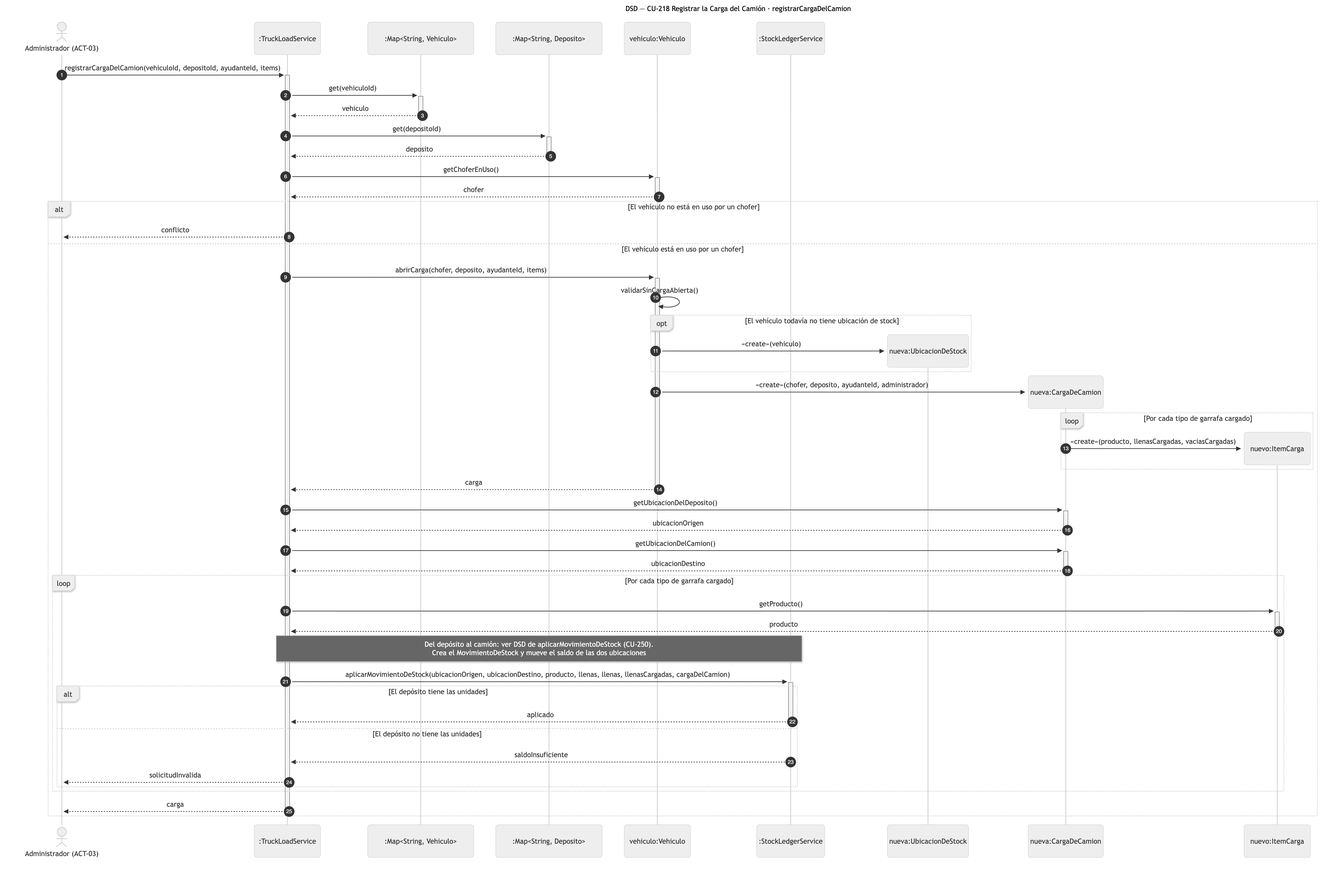
This is diagramas/png/DSD_CU-218_registrarCargaDelCamion.png from Nahuelito-Dev/splg-docs, a Mermaid export, as it was before one commit. Its source is kept beside it as diagramas/DSD_CU-218_registrarCargaDelCamion.mmd.
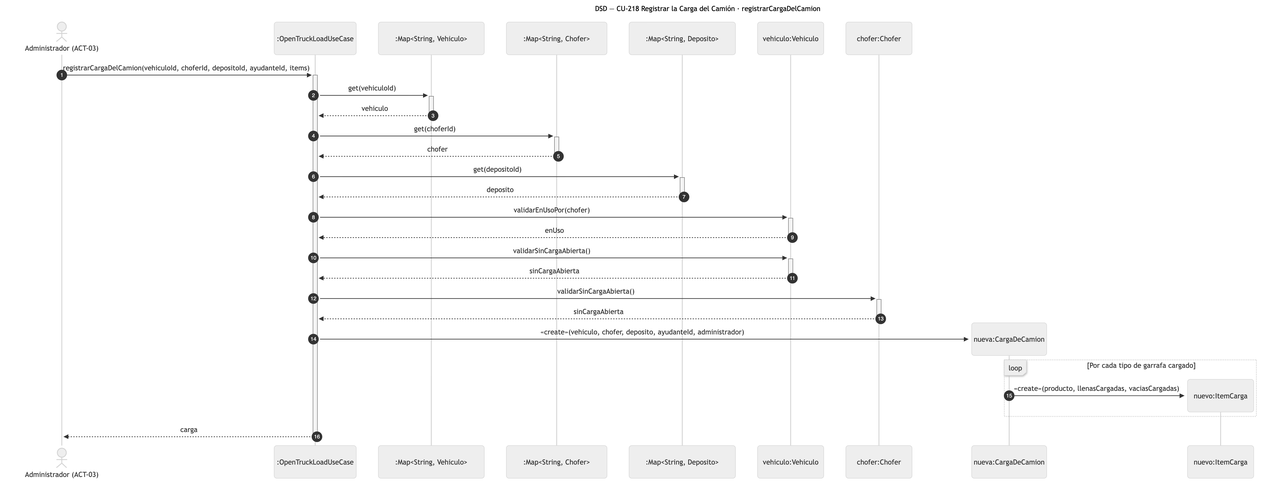
The same file after the commit.

The edit, as a diff of the source:
```diff
@@ -2,51 +2,30 @@
     title DSD — CU-218 Registrar la Carga del Camión · registrarCargaDelCamion
     autonumber
     actor ADM as Administrador (ACT-03)
-    participant SRV as :TruckLoadService
+    participant SRV as :OpenTruckLoadUseCase
     participant COLV as :Map#lt;String, Vehiculo#gt;
+    participant COLC as :Map#lt;String, Chofer#gt;
     participant COLD as :Map#lt;String, Deposito#gt;
     participant VEH as vehiculo:Vehiculo
-    participant LED as :StockLedgerService
+    participant CHO as chofer:Chofer
 
-    ADM->>+SRV: registrarCargaDelCamion(vehiculoId, depositoId, ayudanteId, items)
+    ADM->>+SRV: registrarCargaDelCamion(vehiculoId, choferId, depositoId, ayudanteId, items)
     SRV->>+COLV: get(vehiculoId)
     COLV-->>-SRV: vehiculo
+    SRV->>+COLC: get(choferId)
+    COLC-->>-SRV: chofer
     SRV->>+COLD: get(depositoId)
     COLD-->>-SRV: deposito
-    SRV->>+VEH: getChoferEnUso()
-    VEH-->>-SRV: chofer
-    alt El vehículo no está en uso por un chofer
-        SRV-->>ADM: conflicto
-    else El vehículo está en uso por un chofer
-        SRV->>+VEH: abrirCarga(chofer, deposito, ayudanteId, items)
-        VEH->>VEH: validarSinCargaAbierta()
-        opt El vehículo todavía no tiene ubicación de stock
-            create participant UBC as nueva:UbicacionDeStock
-            VEH->>UBC: «create»(vehiculo)
-        end
-        create participant CAR as nueva:CargaDeCamion
-        VEH->>CAR: «create»(chofer, deposito, ayudanteId, administrador)
-        loop Por cada tipo de garrafa cargado
-            create participant ICA as nuevo:ItemCarga
-            CAR->>ICA: «create»(producto, llenasCargadas, vaciasCargadas)
-        end
-        VEH-->>-SRV: carga
-        SRV->>+CAR: getUbicacionDelDeposito()
-        CAR-->>-SRV: ubicacionOrigen
-        SRV->>+CAR: getUbicacionDelCamion()
-        CAR-->>-SRV: ubicacionDestino
-        loop Por cada tipo de garrafa cargado
-            SRV->>+ICA: getProducto()
-            ICA-->>-SRV: producto
-            Note over SRV,LED: Del depósito al camión: ver DSD de aplicarMovimientoDeStock (CU-250).<br/>Crea el MovimientoDeStock y mueve el saldo de las dos ubicaciones
-            SRV->>+LED: aplicarMovimientoDeStock(ubicacionOrigen, ubicacionDestino, producto, llenas, llenas, llenasCargadas, cargaDelCamion)
-            alt El depósito tiene las unidades
-                LED-->>-SRV: aplicado
-            else El depósito no tiene las unidades
-                LED-->>SRV: saldoInsuficiente
-                SRV-->>ADM: solicitudInvalida
-            end
-        end
-        SRV-->>ADM: carga
+    SRV->>+VEH: validarEnUsoPor(chofer)
+    VEH-->>-SRV: enUso
+    SRV->>+VEH: validarSinCargaAbierta()
+    VEH-->>-SRV: sinCargaAbierta
+    SRV->>+CHO: validarSinCargaAbierta()
+    CHO-->>-SRV: sinCargaAbierta
+    create participant CAR as nueva:CargaDeCamion
+    SRV->>CAR: «create»(vehiculo, chofer, deposito, ayudanteId, administrador)
+    loop Por cada tipo de garrafa cargado
+        create participant ICA as nuevo:ItemCarga
+        CAR->>ICA: «create»(producto, llenasCargadas, vaciasCargadas)
     end
-    deactivate SRV
+    SRV-->>-ADM: carga
```
